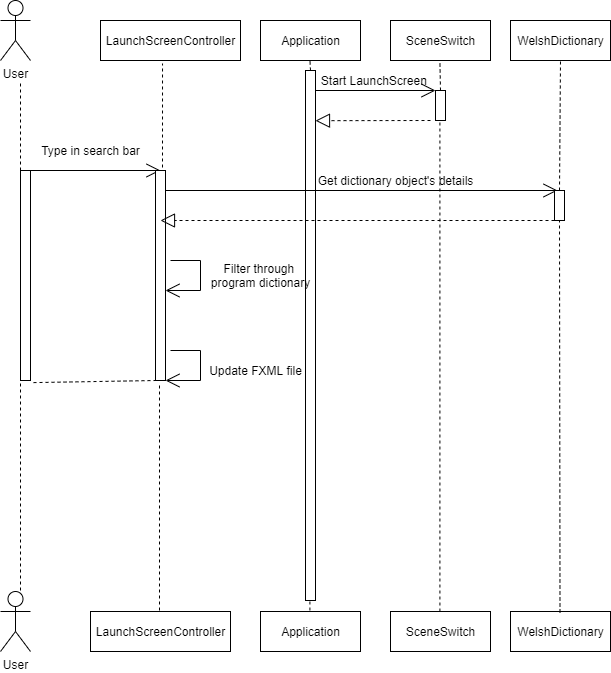
Above: docs/design_spec/src/media/img/SequenceDiagram-2.png in SaltyW123/gp20 (draw.io), before the change. Source tidied: cells renumbered, new cells last; positions are measured from the earlier drawing's top-left corner, leaving out a move shared by most shapes.
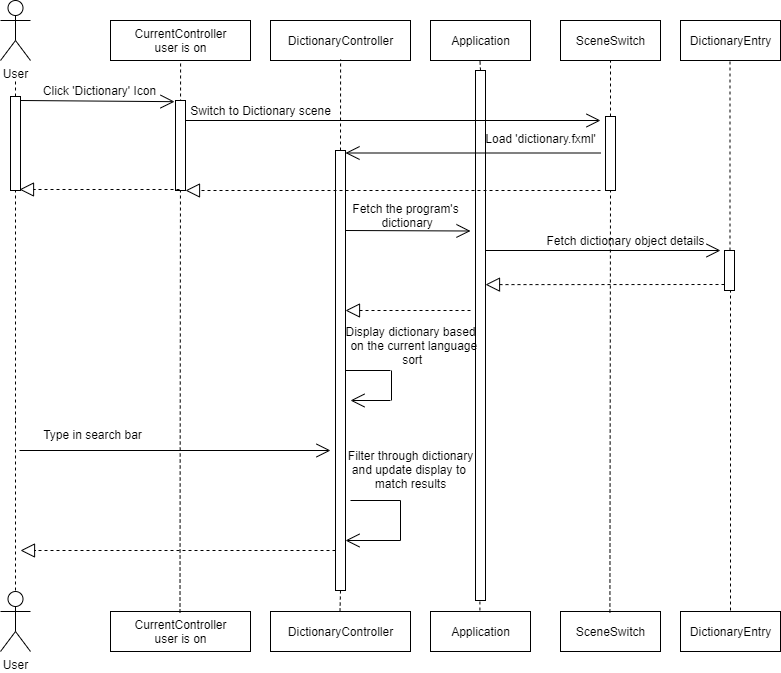
The same file after the commit.

Diff of the diagram source:
```diff
@@ -5,9 +5,9 @@
     <mxCell id="2" value="Application" style="html=1;" parent="1" vertex="1">
       <mxGeometry x="260" y="20" width="100" height="40" as="geometry" />
     </mxCell>
-    <mxCell id="3" value="User" style="shape=umlActor;verticalLabelPosition=bottom;labelBackgroundColor=#ffffff;verticalAlign=top;html=1;" parent="1" vertex="1">
-      <mxGeometry y="591" width="30" height="60" as="geometry" />
-    </mxCell>
+    <mxCell id="46" value="User" style="shape=umlActor;verticalLabelPosition=bottom;labelBackgroundColor=#ffffff;verticalAlign=top;html=1;" parent="1" vertex="1">
+      <mxGeometry x="-170" y="591" width="30" height="60" as="geometry" />
+    </mxCell>
     <mxCell id="4" value="Application" style="html=1;" parent="1" vertex="1">
       <mxGeometry x="260" y="611" width="100" height="40" as="geometry" />
     </mxCell>
@@ -17,186 +17,242 @@
     <mxCell id="6" value="SceneSwitch" style="html=1;" parent="1" vertex="1">
       <mxGeometry x="390" y="611" width="100" height="40" as="geometry" />
     </mxCell>
-    <mxCell id="7" style="endArrow=classic;html=1;" parent="1" edge="1">
-      <mxGeometry relative="1" as="geometry">
-        <mxPoint x="310" y="130" as="sourcePoint" />
-        <mxPoint x="310" y="130" as="targetPoint" />
-      </mxGeometry>
-    </mxCell>
-    <mxCell id="8" style="endArrow=classic;html=1;" parent="1" edge="1">
-      <mxGeometry relative="1" as="geometry">
-        <mxPoint x="185" y="130" as="sourcePoint" />
-        <mxPoint x="185" y="130" as="targetPoint" />
-      </mxGeometry>
-    </mxCell>
-    <mxCell id="9" value="WelshDictionary" style="html=1;" parent="1" vertex="1">
-      <mxGeometry x="510" y="20" width="100" height="40" as="geometry" />
-    </mxCell>
-    <mxCell id="10" value="WelshDictionary" style="html=1;" parent="1" vertex="1">
-      <mxGeometry x="510" y="611" width="100" height="40" as="geometry" />
-    </mxCell>
-    <mxCell id="11" style="endArrow=none;dashed=1;html=1;exitX=0.5;exitY=0;exitDx=0;exitDy=0;" parent="1" edge="1" source="15">
-      <mxGeometry relative="1" as="geometry">
-        <mxPoint x="439.4" y="61" as="targetPoint" />
-      </mxGeometry>
-    </mxCell>
-    <mxCell id="12" style="endArrow=none;dashed=1;html=1;exitX=0.5;exitY=0;exitDx=0;exitDy=0;" parent="1" edge="1" source="13">
-      <mxGeometry relative="1" as="geometry">
-        <mxPoint x="309.4" y="59" as="targetPoint" />
-      </mxGeometry>
-    </mxCell>
+    <mxCell id="47" style="endArrow=classic;html=1;" parent="1" edge="1">
+      <mxGeometry relative="1" as="geometry">
+        <mxPoint x="310" y="130" as="sourcePoint" />
+        <mxPoint x="310" y="130" as="targetPoint" />
+      </mxGeometry>
+    </mxCell>
+    <mxCell id="48" style="endArrow=classic;html=1;" parent="1" edge="1">
+      <mxGeometry relative="1" as="geometry">
+        <mxPoint x="185" y="130" as="sourcePoint" />
+        <mxPoint x="185" y="130" as="targetPoint" />
+      </mxGeometry>
+    </mxCell>
+    <mxCell id="49" value="DictionaryEntry" style="html=1;" parent="1" vertex="1">
+      <mxGeometry x="510" y="20" width="100" height="40" as="geometry" />
+    </mxCell>
+    <mxCell id="50" value="DictionaryEntry" style="html=1;" parent="1" vertex="1">
+      <mxGeometry x="510" y="611" width="100" height="40" as="geometry" />
+    </mxCell>
+    <mxCell id="51" style="endArrow=none;dashed=1;html=1;exitX=0.5;exitY=0;exitDx=0;exitDy=0;" parent="1" edge="1" source="13">
+      <mxGeometry relative="1" as="geometry">
+        <mxPoint x="309.4" y="59" as="targetPoint" />
+      </mxGeometry>
+    </mxCell>
     <mxCell id="13" style="html=1;points=[];perimeter=orthogonalPerimeter;" parent="1" vertex="1">
       <mxGeometry x="305" y="70" width="10" height="530" as="geometry" />
     </mxCell>
-    <mxCell id="14" style="endArrow=none;dashed=1;html=1;exitX=0.5;exitY=0;exitDx=0;exitDy=0;" parent="1" edge="1" target="13">
-      <mxGeometry relative="1" as="geometry">
-        <mxPoint x="309.4" y="610" as="sourcePoint" />
-      </mxGeometry>
-    </mxCell>
-    <mxCell id="15" style="html=1;points=[];perimeter=orthogonalPerimeter;" parent="1" vertex="1">
-      <mxGeometry x="435" y="90" width="10" height="30" as="geometry" />
-    </mxCell>
-    <mxCell id="16" style="endArrow=none;dashed=1;html=1;exitX=0.5;exitY=0;exitDx=0;exitDy=0;" parent="1" edge="1" target="15">
-      <mxGeometry relative="1" as="geometry">
-        <mxPoint x="439.4" y="611" as="sourcePoint" />
-      </mxGeometry>
-    </mxCell>
-    <mxCell id="17" value="Start LaunchScreen&amp;nbsp;" style="text;html=1;align=center;verticalAlign=middle;" parent="1" vertex="1">
-      <mxGeometry x="315" y="70" width="120" height="20" as="geometry" />
-    </mxCell>
-    <mxCell id="18" style="endArrow=block;dashed=1;endFill=0;endSize=12;html=1;" parent="1" edge="1">
-      <mxGeometry relative="1" as="geometry">
-        <mxPoint x="430" y="120" as="sourcePoint" />
-        <mxPoint x="315" y="120.2" as="targetPoint" />
-      </mxGeometry>
-    </mxCell>
-    <mxCell id="19" value="User" style="shape=umlActor;verticalLabelPosition=bottom;labelBackgroundColor=#ffffff;verticalAlign=top;html=1;" parent="1" vertex="1">
-      <mxGeometry width="30" height="60" as="geometry" />
-    </mxCell>
-    <mxCell id="20" value="LaunchScreenController" style="html=1;" parent="1" vertex="1">
-      <mxGeometry x="100" y="20" width="140" height="40" as="geometry" />
-    </mxCell>
-    <mxCell id="21" value="LaunchScreenController" style="html=1;" parent="1" vertex="1">
-      <mxGeometry x="90" y="611" width="140" height="40" as="geometry" />
-    </mxCell>
-    <mxCell id="22" style="endArrow=none;dashed=1;html=1;entryX=0.443;entryY=1.075;entryDx=0;entryDy=0;entryPerimeter=0;" parent="1" edge="1" target="20">
-      <mxGeometry relative="1" as="geometry">
-        <mxPoint x="162" y="167" as="sourcePoint" />
-      </mxGeometry>
-    </mxCell>
-    <mxCell id="23" style="endArrow=none;dashed=1;html=1;" parent="1" edge="1" source="24">
-      <mxGeometry relative="1" as="geometry">
-        <mxPoint x="20" y="80" as="targetPoint" />
-      </mxGeometry>
-    </mxCell>
-    <mxCell id="24" style="html=1;points=[];perimeter=orthogonalPerimeter;" parent="1" vertex="1">
-      <mxGeometry x="20" y="170" width="10" height="210" as="geometry" />
-    </mxCell>
-    <mxCell id="25" style="endArrow=none;dashed=1;html=1;" parent="1" edge="1" target="24">
-      <mxGeometry relative="1" as="geometry">
-        <mxPoint x="20" y="590" as="sourcePoint" />
-      </mxGeometry>
-    </mxCell>
-    <mxCell id="26" style="endArrow=open;endFill=1;endSize=12;html=1;" parent="1" edge="1">
-      <mxGeometry relative="1" as="geometry">
-        <mxPoint x="30" y="170" as="sourcePoint" />
-        <mxPoint x="160" y="170" as="targetPoint" />
-      </mxGeometry>
-    </mxCell>
+    <mxCell id="52" style="endArrow=none;dashed=1;html=1;exitX=0.5;exitY=0;exitDx=0;exitDy=0;" parent="1" edge="1" target="13">
+      <mxGeometry relative="1" as="geometry">
+        <mxPoint x="309.4" y="610" as="sourcePoint" />
+      </mxGeometry>
+    </mxCell>
+    <mxCell id="53" style="endArrow=none;dashed=1;html=1;exitX=0.5;exitY=0;exitDx=0;exitDy=0;entryX=0.5;entryY=1;entryDx=0;entryDy=0;" parent="1" edge="1" source="69" target="5">
+      <mxGeometry relative="1" as="geometry" />
+    </mxCell>
+    <mxCell id="54" style="endArrow=none;dashed=1;html=1;" parent="1" edge="1" source="88">
+      <mxGeometry relative="1" as="geometry">
+        <mxPoint x="559.5" y="60" as="targetPoint" />
+      </mxGeometry>
+    </mxCell>
+    <mxCell id="55" style="endArrow=none;dashed=1;html=1;" parent="1" edge="1">
+      <mxGeometry relative="1" as="geometry">
+        <mxPoint x="560" y="610" as="sourcePoint" />
+        <mxPoint x="560" y="290" as="targetPoint" />
+      </mxGeometry>
+    </mxCell>
+    <mxCell id="56" value="User" style="shape=umlActor;verticalLabelPosition=bottom;labelBackgroundColor=#ffffff;verticalAlign=top;html=1;" parent="1" vertex="1">
+      <mxGeometry x="-170" width="30" height="60" as="geometry" />
+    </mxCell>
+    <mxCell id="57" value="DictionaryController" style="html=1;" parent="1" vertex="1">
+      <mxGeometry x="100" y="20" width="140" height="40" as="geometry" />
+    </mxCell>
+    <mxCell id="58" value="DictionaryController" style="html=1;" parent="1" vertex="1">
+      <mxGeometry x="100" y="611" width="140" height="40" as="geometry" />
+    </mxCell>
+    <mxCell id="59" value="CurrentController&lt;br&gt;user is on" style="html=1;" parent="1" vertex="1">
+      <mxGeometry x="-60" y="20" width="140" height="40" as="geometry" />
+    </mxCell>
+    <mxCell id="60" value="CurrentController&lt;br&gt;user is on" style="html=1;" parent="1" vertex="1">
+      <mxGeometry x="-60" y="611" width="140" height="40" as="geometry" />
+    </mxCell>
+    <mxCell id="61" style="endArrow=none;dashed=1;html=1;exitX=0.5;exitY=0;exitDx=0;exitDy=0;entryX=0.5;entryY=1;entryDx=0;entryDy=0;" parent="1" edge="1" source="72">
+      <mxGeometry relative="1" as="geometry">
+        <mxPoint x="170.1" y="59" as="targetPoint" />
+      </mxGeometry>
+    </mxCell>
+    <mxCell id="62" style="endArrow=none;dashed=1;html=1;exitX=0.5;exitY=0;exitDx=0;exitDy=0;entryX=0.5;entryY=1;entryDx=0;entryDy=0;" parent="1" edge="1">
+      <mxGeometry relative="1" as="geometry">
+        <mxPoint x="9.5" y="612" as="sourcePoint" />
+        <mxPoint x="10.1" y="60" as="targetPoint" />
+      </mxGeometry>
+    </mxCell>
+    <mxCell id="63" style="endArrow=none;dashed=1;html=1;" parent="1" edge="1">
+      <mxGeometry relative="1" as="geometry">
+        <mxPoint x="-155" y="420" as="sourcePoint" />
+        <mxPoint x="-155" y="80" as="targetPoint" />
+      </mxGeometry>
+    </mxCell>
+    <mxCell id="64" style="endArrow=open;endFill=1;endSize=12;html=1;entryX=-0.1;entryY=0.013;entryDx=0;entryDy=0;entryPerimeter=0;" parent="1" edge="1" target="66">
+      <mxGeometry relative="1" as="geometry">
+        <mxPoint x="-150" y="100" as="sourcePoint" />
+      </mxGeometry>
+    </mxCell>
+    <mxCell id="65" value="Click 'Dictionary' Icon" style="text;html=1;align=center;verticalAlign=middle;" parent="1" vertex="1">
+      <mxGeometry x="-136" y="80" width="130" height="20" as="geometry" />
+    </mxCell>
+    <mxCell id="66" style="html=1;points=[];perimeter=orthogonalPerimeter;" parent="1" vertex="1">
+      <mxGeometry x="5" y="100" width="10" height="90" as="geometry" />
+    </mxCell>
+    <mxCell id="67" style="endArrow=open;endFill=1;endSize=12;html=1;" parent="1" edge="1">
+      <mxGeometry relative="1" as="geometry">
+        <mxPoint x="15" y="120" as="sourcePoint" />
+        <mxPoint x="430" y="120" as="targetPoint" />
+      </mxGeometry>
+    </mxCell>
+    <mxCell id="68" value="Switch to Dictionary scene" style="text;html=1;align=center;verticalAlign=middle;" parent="1" vertex="1">
+      <mxGeometry x="10" y="100" width="160" height="20" as="geometry" />
+    </mxCell>
+    <mxCell id="69" style="html=1;points=[];perimeter=orthogonalPerimeter;" parent="1" vertex="1">
+      <mxGeometry x="435" y="116" width="10" height="74" as="geometry" />
+    </mxCell>
+    <mxCell id="70" style="endArrow=none;dashed=1;html=1;exitX=0.5;exitY=0;exitDx=0;exitDy=0;entryX=0.5;entryY=1;entryDx=0;entryDy=0;" parent="1" edge="1" target="69">
+      <mxGeometry relative="1" as="geometry">
+        <mxPoint x="439.4" y="612" as="sourcePoint" />
+      </mxGeometry>
+    </mxCell>
+    <mxCell id="71" style="endArrow=block;dashed=1;endFill=0;endSize=12;html=1;" parent="1" edge="1">
+      <mxGeometry relative="1" as="geometry">
+        <mxPoint x="9" y="189" as="sourcePoint" />
+        <mxPoint x="-151" y="189" as="targetPoint" />
+      </mxGeometry>
+    </mxCell>
+    <mxCell id="72" style="html=1;points=[];perimeter=orthogonalPerimeter;" parent="1" vertex="1">
+      <mxGeometry x="165" y="150" width="10" height="440" as="geometry" />
+    </mxCell>
+    <mxCell id="73" style="endArrow=none;dashed=1;html=1;exitX=0.5;exitY=0;exitDx=0;exitDy=0;entryX=0.5;entryY=1;entryDx=0;entryDy=0;" parent="1" edge="1" target="72">
+      <mxGeometry relative="1" as="geometry">
+        <mxPoint x="169.5" y="611" as="sourcePoint" />
+      </mxGeometry>
+    </mxCell>
+    <mxCell id="74" style="endArrow=open;endFill=1;endSize=12;html=1;" parent="1" edge="1">
+      <mxGeometry relative="1" as="geometry">
+        <mxPoint x="175" y="230" as="sourcePoint" />
+        <mxPoint x="300" y="230.5" as="targetPoint" />
+      </mxGeometry>
+    </mxCell>
+    <mxCell id="75" value="Fetch the program's&lt;br&gt;&amp;nbsp;dictionary" style="text;html=1;align=center;verticalAlign=middle;" parent="1" vertex="1">
+      <mxGeometry x="175" y="200" width="120" height="30" as="geometry" />
+    </mxCell>
+    <mxCell id="76" style="endArrow=open;endFill=1;endSize=12;html=1;" parent="1" edge="1">
+      <mxGeometry relative="1" as="geometry">
+        <mxPoint x="315" y="250" as="sourcePoint" />
+        <mxPoint x="550" y="250" as="targetPoint" />
+      </mxGeometry>
+    </mxCell>
+    <mxCell id="77" style="endArrow=block;dashed=1;endFill=0;endSize=12;html=1;entryX=1;entryY=0.404;entryDx=0;entryDy=0;entryPerimeter=0;" parent="1" edge="1" target="13">
+      <mxGeometry relative="1" as="geometry">
+        <mxPoint x="560" y="284" as="sourcePoint" />
+      </mxGeometry>
+    </mxCell>
+    <mxCell id="78" style="endArrow=block;dashed=1;endFill=0;endSize=12;html=1;" parent="1" edge="1">
+      <mxGeometry relative="1" as="geometry">
+        <mxPoint x="300" y="310" as="sourcePoint" />
+        <mxPoint x="175" y="310" as="targetPoint" />
+      </mxGeometry>
+    </mxCell>
+    <mxCell id="79" style="endArrow=open;endFill=1;endSize=12;html=1;" parent="1" edge="1">
+      <mxGeometry relative="1" as="geometry">
+        <mxPoint x="220" y="400" as="sourcePoint" />
+        <mxPoint x="180" y="400" as="targetPoint" />
+      </mxGeometry>
+    </mxCell>
+    <mxCell id="80" style="endArrow=none;html=1;" parent="1" edge="1">
+      <mxGeometry relative="1" as="geometry">
+        <mxPoint x="175" y="370" as="sourcePoint" />
+        <mxPoint x="220" y="370" as="targetPoint" />
+      </mxGeometry>
+    </mxCell>
+    <mxCell id="81" style="endArrow=none;html=1;" parent="1" edge="1">
+      <mxGeometry relative="1" as="geometry">
+        <mxPoint x="221" y="400" as="sourcePoint" />
+        <mxPoint x="221" y="370" as="targetPoint" />
+      </mxGeometry>
+    </mxCell>
+    <mxCell id="82" value="Display dictionary based&lt;br&gt;&amp;nbsp; on the current language&lt;br&gt;&amp;nbsp;sort" style="text;html=1;align=center;verticalAlign=middle;" parent="1" vertex="1">
+      <mxGeometry x="165" y="320" width="150" height="50" as="geometry" />
+    </mxCell>
+    <mxCell id="83" value="Fetch dictionary object details" style="text;html=1;align=center;verticalAlign=middle;" parent="1" vertex="1">
+      <mxGeometry x="370" y="230" width="170" height="20" as="geometry" />
+    </mxCell>
+    <mxCell id="84" style="html=1;perimeter=orthogonalPerimeter;" parent="1" vertex="1">
+      <mxGeometry x="-160" y="96" width="10" height="94" as="geometry" />
+    </mxCell>
+    <mxCell id="85" style="endArrow=open;endFill=1;endSize=12;html=1;" parent="1" edge="1">
+      <mxGeometry relative="1" as="geometry">
+        <mxPoint x="430" y="152.5" as="sourcePoint" />
+        <mxPoint x="175" y="152.5" as="targetPoint" />
+      </mxGeometry>
+    </mxCell>
+    <mxCell id="86" value="Load 'dictionary.fxml'" style="text;html=1;align=center;verticalAlign=middle;" parent="1" vertex="1">
+      <mxGeometry x="305" y="128" width="130" height="20" as="geometry" />
+    </mxCell>
+    <mxCell id="87" style="endArrow=block;dashed=1;endFill=0;endSize=12;html=1;" parent="1" edge="1">
+      <mxGeometry relative="1" as="geometry">
+        <mxPoint x="430" y="190" as="sourcePoint" />
+        <mxPoint x="15" y="190" as="targetPoint" />
+      </mxGeometry>
+    </mxCell>
+    <mxCell id="88" style="html=1;points=[];perimeter=orthogonalPerimeter;" parent="1" vertex="1">
+      <mxGeometry x="554" y="250" width="10" height="40" as="geometry" />
+    </mxCell>
+    <mxCell id="89" style="endArrow=none;dashed=1;html=1;" parent="1" edge="1" target="88">
+      <mxGeometry relative="1" as="geometry">
+        <mxPoint x="560" y="290" as="sourcePoint" />
+      </mxGeometry>
+    </mxCell>
+    <mxCell id="90" style="endArrow=none;dashed=1;html=1;" parent="1" edge="1">
+      <mxGeometry relative="1" as="geometry">
+        <mxPoint x="-155" y="590" as="sourcePoint" />
+        <mxPoint x="-155" y="420" as="targetPoint" />
+      </mxGeometry>
+    </mxCell>
+    <mxCell id="91" style="endArrow=open;endFill=1;endSize=12;html=1;" parent="1" edge="1">
+      <mxGeometry relative="1" as="geometry">
+        <mxPoint x="-151" y="450" as="sourcePoint" />
+        <mxPoint x="160" y="450" as="targetPoint" />
+      </mxGeometry>
+    </mxCell>
     <mxCell id="27" value="Type in search bar" style="text;html=1;align=center;verticalAlign=middle;" parent="1" vertex="1">
-      <mxGeometry x="35" y="140" width="110" height="20" as="geometry" />
+      <mxGeometry x="-133" y="424" width="110" height="20" as="geometry" />
     </mxCell>
-    <mxCell id="28" style="html=1;points=[];perimeter=orthogonalPerimeter;" parent="1" vertex="1">
-      <mxGeometry x="155" y="170" width="10" height="210" as="geometry" />
-    </mxCell>
-    <mxCell id="29" style="endArrow=none;dashed=1;html=1;entryX=0.4;entryY=1.012;entryDx=0;entryDy=0;entryPerimeter=0;" parent="1" edge="1" target="28">
-      <mxGeometry relative="1" as="geometry">
-        <mxPoint x="159" y="610" as="sourcePoint" />
-      </mxGeometry>
-    </mxCell>
-    <mxCell id="30" style="endArrow=none;dashed=1;html=1;exitX=0.5;exitY=0;exitDx=0;exitDy=0;entryX=0.5;entryY=1;entryDx=0;entryDy=0;" parent="1" edge="1" source="32" target="9">
-      <mxGeometry relative="1" as="geometry" />
-    </mxCell>
-    <mxCell id="31" style="endArrow=open;endFill=1;endSize=12;html=1;entryX=0.3;entryY=0;entryDx=0;entryDy=0;entryPerimeter=0;" parent="1" edge="1" target="32">
-      <mxGeometry relative="1" as="geometry">
-        <mxPoint x="165" y="190" as="sourcePoint" />
-      </mxGeometry>
-    </mxCell>
-    <mxCell id="32" style="html=1;points=[];perimeter=orthogonalPerimeter;" parent="1" vertex="1">
-      <mxGeometry x="554" y="190" width="10" height="30" as="geometry" />
-    </mxCell>
-    <mxCell id="33" style="endArrow=none;dashed=1;html=1;exitX=0.5;exitY=0;exitDx=0;exitDy=0;entryX=0.5;entryY=1;entryDx=0;entryDy=0;" parent="1" edge="1" target="32">
-      <mxGeometry relative="1" as="geometry">
-        <mxPoint x="559.5" y="612" as="sourcePoint" />
-      </mxGeometry>
-    </mxCell>
-    <mxCell id="34" style="endArrow=block;dashed=1;endFill=0;endSize=12;html=1;" parent="1" edge="1">
-      <mxGeometry relative="1" as="geometry">
-        <mxPoint x="554" y="220" as="sourcePoint" />
-        <mxPoint x="160" y="220" as="targetPoint" />
-      </mxGeometry>
-    </mxCell>
-    <mxCell id="35" value="Get dictionary object's details" style="text;html=1;align=center;verticalAlign=middle;" parent="1" vertex="1">
-      <mxGeometry x="310" y="170" width="170" height="20" as="geometry" />
-    </mxCell>
-    <mxCell id="36" style="endArrow=open;endFill=1;endSize=12;html=1;" parent="1" edge="1">
-      <mxGeometry relative="1" as="geometry">
-        <mxPoint x="200" y="290" as="sourcePoint" />
-        <mxPoint x="165" y="290" as="targetPoint" />
-        <Array as="points">
-          <mxPoint x="200" y="290" />
-        </Array>
-      </mxGeometry>
-    </mxCell>
-    <mxCell id="37" style="endArrow=none;html=1;" parent="1" edge="1">
-      <mxGeometry relative="1" as="geometry">
-        <mxPoint x="200" y="290" as="sourcePoint" />
-        <mxPoint x="200" y="260" as="targetPoint" />
-      </mxGeometry>
-    </mxCell>
-    <mxCell id="38" style="endArrow=none;html=1;" parent="1" edge="1">
-      <mxGeometry relative="1" as="geometry">
-        <mxPoint x="170" y="260" as="sourcePoint" />
-        <mxPoint x="200" y="260" as="targetPoint" />
-      </mxGeometry>
-    </mxCell>
-    <mxCell id="39" value="Filter through&amp;nbsp;&lt;br&gt;program dictionary" style="text;html=1;align=center;verticalAlign=middle;" parent="1" vertex="1">
-      <mxGeometry x="205" y="260" width="110" height="30" as="geometry" />
-    </mxCell>
-    <mxCell id="40" style="endArrow=open;endFill=1;endSize=12;html=1;" parent="1" edge="1">
-      <mxGeometry relative="1" as="geometry">
-        <mxPoint x="200" y="380" as="sourcePoint" />
-        <mxPoint x="165" y="380" as="targetPoint" />
-        <Array as="points">
-          <mxPoint x="200" y="380" />
-        </Array>
-      </mxGeometry>
-    </mxCell>
-    <mxCell id="41" style="endArrow=none;html=1;" parent="1" edge="1">
-      <mxGeometry relative="1" as="geometry">
-        <mxPoint x="170" y="350" as="sourcePoint" />
-        <mxPoint x="200" y="350" as="targetPoint" />
-      </mxGeometry>
-    </mxCell>
-    <mxCell id="42" style="endArrow=none;html=1;" parent="1" edge="1">
-      <mxGeometry relative="1" as="geometry">
-        <mxPoint x="200" y="380" as="sourcePoint" />
-        <mxPoint x="200" y="350" as="targetPoint" />
-      </mxGeometry>
-    </mxCell>
-    <mxCell id="43" value="Update FXML file" style="text;html=1;align=center;verticalAlign=middle;" parent="1" vertex="1">
-      <mxGeometry x="200" y="360" width="110" height="20" as="geometry" />
-    </mxCell>
-    <mxCell id="44" style="endArrow=none;dashed=1;html=1;exitX=1.3;exitY=1.01;exitDx=0;exitDy=0;exitPerimeter=0;" parent="1" edge="1" source="24">
-      <mxGeometry relative="1" as="geometry">
-        <mxPoint x="155" y="380" as="targetPoint" />
-      </mxGeometry>
-    </mxCell>
-    <mxCell id="45" style="endArrow=open;endFill=1;endSize=12;html=1;" parent="1" edge="1">
-      <mxGeometry relative="1" as="geometry">
-        <mxPoint x="315" y="90" as="sourcePoint" />
-        <mxPoint x="435" y="90" as="targetPoint" />
-      </mxGeometry>
-    </mxCell>
+    <mxCell id="92" style="endArrow=open;endFill=1;endSize=12;html=1;" parent="1" edge="1">
+      <mxGeometry relative="1" as="geometry">
+        <mxPoint x="230" y="540" as="sourcePoint" />
+        <mxPoint x="175" y="540" as="targetPoint" />
+      </mxGeometry>
+    </mxCell>
+    <mxCell id="93" style="endArrow=none;html=1;" parent="1" edge="1">
+      <mxGeometry relative="1" as="geometry">
+        <mxPoint x="230" y="540" as="sourcePoint" />
+        <mxPoint x="230" y="500" as="targetPoint" />
+      </mxGeometry>
+    </mxCell>
+    <mxCell id="94" style="endArrow=none;html=1;" parent="1" edge="1">
+      <mxGeometry relative="1" as="geometry">
+        <mxPoint x="180" y="500" as="sourcePoint" />
+        <mxPoint x="230" y="500" as="targetPoint" />
+      </mxGeometry>
+    </mxCell>
+    <mxCell id="95" value="Filter through dictionary&lt;br&gt;and update display to&amp;nbsp;&lt;br&gt;match results" style="text;html=1;align=center;verticalAlign=middle;" parent="1" vertex="1">
+      <mxGeometry x="170" y="444" width="140" height="50" as="geometry" />
+    </mxCell>
+    <mxCell id="96" style="endArrow=block;dashed=1;endFill=0;endSize=12;html=1;" parent="1" edge="1">
+      <mxGeometry relative="1" as="geometry">
+        <mxPoint x="165" y="550" as="sourcePoint" />
+        <mxPoint x="-150" y="550" as="targetPoint" />
+      </mxGeometry>
+    </mxCell>
   </root>
 </mxGraphModel>
```
